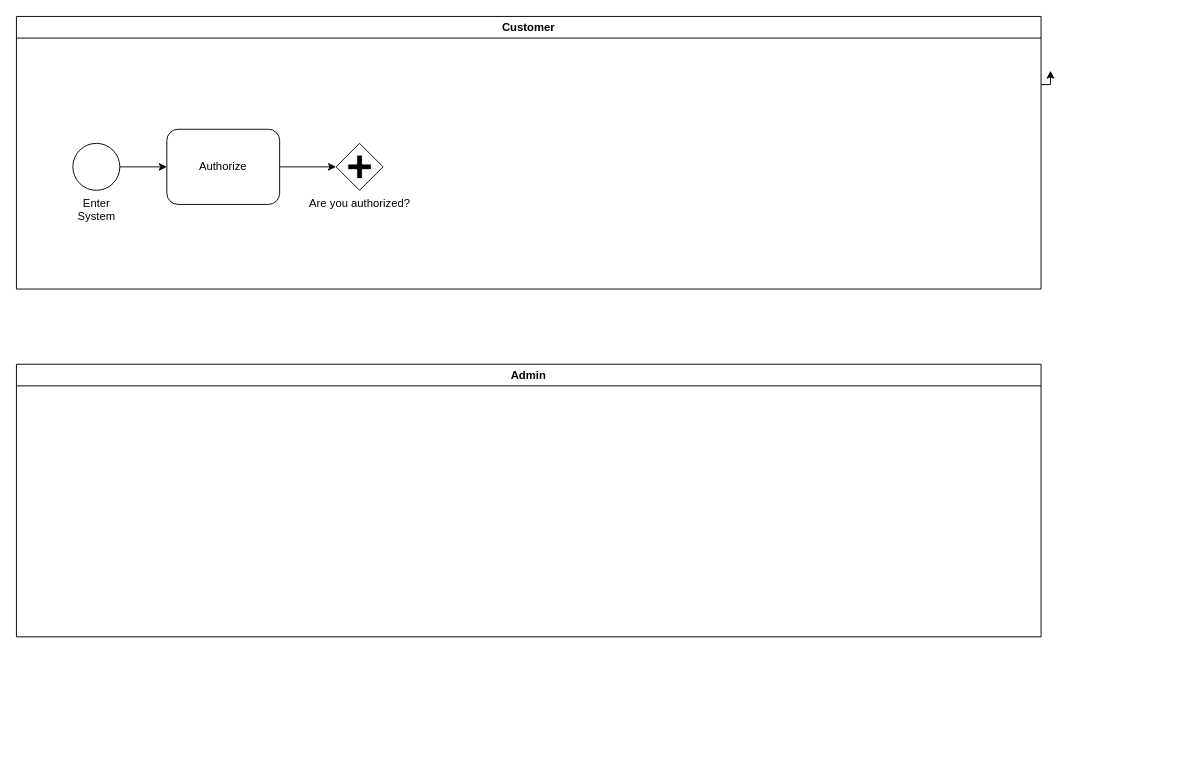
Above: bpmn.drawio in sultanbek149/FirstProject (draw.io), before the change. Source tidied: cells renumbered, new cells numbered last; positions are measured from the earlier drawing's top-left corner, leaving out a move shared by most shapes. Both pictures are drawn from the tidied source at 94%, with x=0, y=0 at pixel (16, 16).
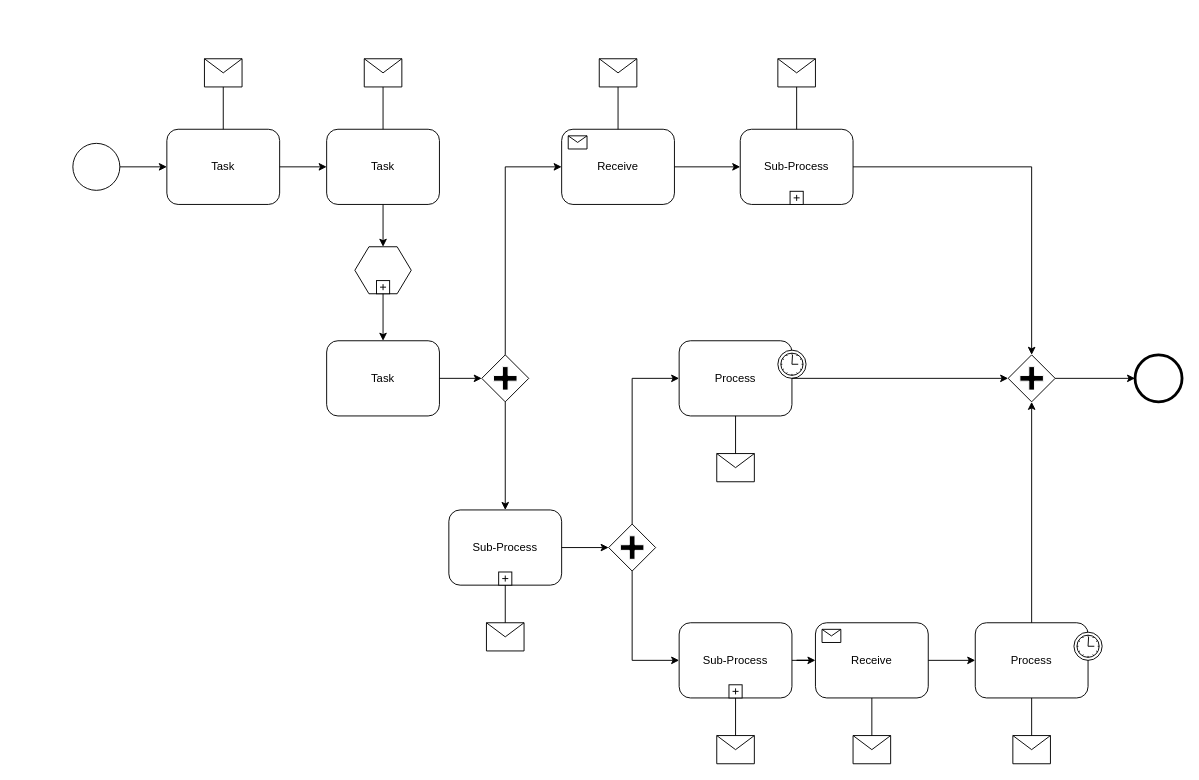
After the change.

Change to the diagram source:
```diff
@@
-    <mxCell id="2" value="Enter &lt;br&gt;System" style="shape=mxgraph.bpmn.shape;html=1;verticalLabelPosition=bottom;labelBackgroundColor=#ffffff;verticalAlign=top;perimeter=ellipsePerimeter;outline=standard;symbol=general;" parent="1" vertex="1">
+    <mxCell id="2" style="shape=mxgraph.bpmn.shape;html=1;verticalLabelPosition=bottom;labelBackgroundColor=#ffffff;verticalAlign=top;perimeter=ellipsePerimeter;outline=standard;symbol=general;" parent="1" vertex="1">
       <mxGeometry x="60" y="135" width="50" height="50" as="geometry" />
     </mxCell>
-    <mxCell id="3" style="edgeStyle=orthogonalEdgeStyle;rounded=0;jettySize=auto;html=1;entryX=0;entryY=0.5;entryDx=0;entryDy=0;" parent="1" edge="1" source="4" target="8">
-      <mxGeometry relative="1" as="geometry" />
-    </mxCell>
-    <mxCell id="4" value="Authorize" style="shape=ext;rounded=1;html=1;whiteSpace=wrap;" parent="1" vertex="1">
+    <mxCell id="4" value="Task" style="shape=ext;rounded=1;html=1;whiteSpace=wrap;" parent="1" vertex="1">
       <mxGeometry x="160" y="120" width="120" height="80" as="geometry" />
     </mxCell>
+    <mxCell id="10" value="Task" style="shape=ext;rounded=1;html=1;whiteSpace=wrap;" parent="1" vertex="1">
+      <mxGeometry x="330" y="120" width="120" height="80" as="geometry" />
+    </mxCell>
+    <mxCell id="11" style="shape=message;whiteSpace=wrap;html=1;" parent="1" vertex="1">
+      <mxGeometry x="200" y="45" width="40" height="30" as="geometry" />
+    </mxCell>
+    <mxCell id="12" style="shape=message;whiteSpace=wrap;html=1;" parent="1" vertex="1">
+      <mxGeometry x="370" y="45" width="40" height="30" as="geometry" />
+    </mxCell>
+    <mxCell id="13" style="shape=hexagon;whiteSpace=wrap;html=1;perimeter=hexagonPerimeter;" parent="1" vertex="1">
+      <mxGeometry x="360" y="245" width="60" height="50" as="geometry" />
+    </mxCell>
+    <mxCell id="14" style="html=1;shape=plus;" parent="13" vertex="1">
+      <mxGeometry x="0.5" y="1" width="14" height="14" relative="1" as="geometry">
+        <mxPoint x="-7" y="-14" as="offset" />
+      </mxGeometry>
+    </mxCell>
+    <mxCell id="15" value="Task" style="shape=ext;rounded=1;html=1;whiteSpace=wrap;" parent="1" vertex="1">
+      <mxGeometry x="330" y="345" width="120" height="80" as="geometry" />
+    </mxCell>
+    <mxCell id="16" style="shape=mxgraph.bpmn.shape;html=1;verticalLabelPosition=bottom;labelBackgroundColor=#ffffff;verticalAlign=top;perimeter=rhombusPerimeter;background=gateway;outline=none;symbol=parallelGw;" parent="1" vertex="1">
+      <mxGeometry x="495" y="360" width="50" height="50" as="geometry" />
+    </mxCell>
+    <mxCell id="17" value="Sub-Process" style="html=1;whiteSpace=wrap;rounded=1;" parent="1" vertex="1">
+      <mxGeometry x="770" y="120" width="120" height="80" as="geometry" />
+    </mxCell>
+    <mxCell id="18" style="html=1;shape=plus;" parent="17" vertex="1">
+      <mxGeometry x="0.5" y="1" width="14" height="14" relative="1" as="geometry">
+        <mxPoint x="-7" y="-14" as="offset" />
+      </mxGeometry>
+    </mxCell>
+    <mxCell id="19" value="Receive" style="html=1;whiteSpace=wrap;rounded=1;" parent="1" vertex="1">
+      <mxGeometry x="580" y="120" width="120" height="80" as="geometry" />
+    </mxCell>
+    <mxCell id="20" style="html=1;shape=message;" parent="19" vertex="1">
+      <mxGeometry width="20" height="14" relative="1" as="geometry">
+        <mxPoint x="7" y="7" as="offset" />
+      </mxGeometry>
+    </mxCell>
+    <mxCell id="21" value="Process" style="html=1;whiteSpace=wrap;rounded=1;" parent="1" vertex="1">
+      <mxGeometry x="705" y="345" width="120" height="80" as="geometry" />
+    </mxCell>
+    <mxCell id="22" style="shape=mxgraph.bpmn.timer_start;perimeter=ellipsePerimeter;html=1;labelPosition=right;labelBackgroundColor=#ffffff;align=left;" parent="21" vertex="1">
+      <mxGeometry x="1" width="30" height="30" relative="1" as="geometry">
+        <mxPoint x="-15" y="10" as="offset" />
+      </mxGeometry>
+    </mxCell>
+    <mxCell id="23" value="Process" style="html=1;whiteSpace=wrap;rounded=1;" parent="1" vertex="1">
+      <mxGeometry x="1020" y="645" width="120" height="80" as="geometry" />
+    </mxCell>
+    <mxCell id="24" style="shape=mxgraph.bpmn.timer_start;perimeter=ellipsePerimeter;html=1;labelPosition=right;labelBackgroundColor=#ffffff;align=left;" parent="23" vertex="1">
+      <mxGeometry x="1" width="30" height="30" relative="1" as="geometry">
+        <mxPoint x="-15" y="10" as="offset" />
+      </mxGeometry>
+    </mxCell>
+    <mxCell id="25" value="Receive" style="html=1;whiteSpace=wrap;rounded=1;" parent="1" vertex="1">
+      <mxGeometry x="850" y="645" width="120" height="80" as="geometry" />
+    </mxCell>
+    <mxCell id="26" style="html=1;shape=message;" parent="25" vertex="1">
+      <mxGeometry width="20" height="14" relative="1" as="geometry">
+        <mxPoint x="7" y="7" as="offset" />
+      </mxGeometry>
+    </mxCell>
+    <mxCell id="27" value="Sub-Process" style="html=1;whiteSpace=wrap;rounded=1;" parent="1" vertex="1">
+      <mxGeometry x="705" y="645" width="120" height="80" as="geometry" />
+    </mxCell>
+    <mxCell id="28" style="html=1;shape=plus;" parent="27" vertex="1">
+      <mxGeometry x="0.5" y="1" width="14" height="14" relative="1" as="geometry">
+        <mxPoint x="-7" y="-14" as="offset" />
+      </mxGeometry>
+    </mxCell>
+    <mxCell id="29" style="shape=mxgraph.bpmn.shape;html=1;verticalLabelPosition=bottom;labelBackgroundColor=#ffffff;verticalAlign=top;perimeter=rhombusPerimeter;background=gateway;outline=none;symbol=parallelGw;" parent="1" vertex="1">
+      <mxGeometry x="1055" y="360" width="50" height="50" as="geometry" />
+    </mxCell>
+    <mxCell id="30" style="shape=mxgraph.bpmn.shape;html=1;verticalLabelPosition=bottom;labelBackgroundColor=#ffffff;verticalAlign=top;perimeter=ellipsePerimeter;outline=end;symbol=general;" parent="1" vertex="1">
+      <mxGeometry x="1190" y="360" width="50" height="50" as="geometry" />
+    </mxCell>
+    <mxCell id="31" style="shape=message;whiteSpace=wrap;html=1;" parent="1" vertex="1">
+      <mxGeometry x="620" y="45" width="40" height="30" as="geometry" />
+    </mxCell>
+    <mxCell id="32" style="shape=message;whiteSpace=wrap;html=1;" parent="1" vertex="1">
+      <mxGeometry x="810" y="45" width="40" height="30" as="geometry" />
+    </mxCell>
+    <mxCell id="33" value="Sub-Process" style="html=1;whiteSpace=wrap;rounded=1;" parent="1" vertex="1">
+      <mxGeometry x="460" y="525" width="120" height="80" as="geometry" />
+    </mxCell>
+    <mxCell id="34" style="html=1;shape=plus;" parent="33" vertex="1">
+      <mxGeometry x="0.5" y="1" width="14" height="14" relative="1" as="geometry">
+        <mxPoint x="-7" y="-14" as="offset" />
+      </mxGeometry>
+    </mxCell>
+    <mxCell id="35" style="shape=message;whiteSpace=wrap;html=1;" parent="1" vertex="1">
+      <mxGeometry x="500" y="645" width="40" height="30" as="geometry" />
+    </mxCell>
+    <mxCell id="36" style="shape=message;whiteSpace=wrap;html=1;" parent="1" vertex="1">
+      <mxGeometry x="890" y="765" width="40" height="30" as="geometry" />
+    </mxCell>
+    <mxCell id="37" style="shape=message;whiteSpace=wrap;html=1;" parent="1" vertex="1">
+      <mxGeometry x="1060" y="765" width="40" height="30" as="geometry" />
+    </mxCell>
+    <mxCell id="38" style="shape=message;whiteSpace=wrap;html=1;" parent="1" vertex="1">
+      <mxGeometry x="745" y="765" width="40" height="30" as="geometry" />
+    </mxCell>
+    <mxCell id="39" style="shape=message;whiteSpace=wrap;html=1;" parent="1" vertex="1">
+      <mxGeometry x="745" y="465" width="40" height="30" as="geometry" />
+    </mxCell>
@@
-    <mxCell id="6" style="edgeStyle=orthogonalEdgeStyle;rounded=0;jettySize=auto;html=1;exitX=1;exitY=0.25;exitDx=0;exitDy=0;" parent="1" edge="1" source="7">
-      <mxGeometry relative="1" as="geometry">
-        <mxPoint x="1100" y="57.7" as="targetPoint" />
-      </mxGeometry>
-    </mxCell>
-    <mxCell id="7" value="Customer" style="swimlane;whiteSpace=wrap;html=1;direction=east;flipH=0;flipV=0;startSize=23;" parent="1" vertex="1" collapsed="1">
-      <mxGeometry width="1090" height="290" as="geometry" />
-    </mxCell>
-    <mxCell id="8" value="Are you authorized?" style="shape=mxgraph.bpmn.shape;html=1;verticalLabelPosition=bottom;labelBackgroundColor=#ffffff;verticalAlign=top;perimeter=rhombusPerimeter;background=gateway;outline=none;symbol=parallelGw;" parent="1" vertex="1">
-      <mxGeometry x="340" y="135" width="50" height="50" as="geometry" />
-    </mxCell>
-    <mxCell id="9" value="Admin" style="swimlane;whiteSpace=wrap;html=1;direction=east;flipH=0;flipV=0;startSize=23;" parent="1" vertex="1" collapsed="1">
-      <mxGeometry y="370" width="1090" height="290" as="geometry" />
-    </mxCell>
+    <mxCell id="40" style="edgeStyle=orthogonalEdgeStyle;rounded=0;html=1;jettySize=auto;endArrow=none;endFill=0;" parent="1" edge="1" source="11" target="4">
+      <mxGeometry relative="1" as="geometry" />
+    </mxCell>
+    <mxCell id="41" style="edgeStyle=orthogonalEdgeStyle;rounded=0;html=1;jettySize=auto;endArrow=none;endFill=0;" parent="1" edge="1" source="12" target="10">
+      <mxGeometry relative="1" as="geometry" />
+    </mxCell>
+    <mxCell id="42" style="edgeStyle=orthogonalEdgeStyle;rounded=0;html=1;jettySize=auto;" parent="1" edge="1" source="4" target="10">
+      <mxGeometry relative="1" as="geometry" />
+    </mxCell>
+    <mxCell id="43" style="edgeStyle=orthogonalEdgeStyle;rounded=0;html=1;jettySize=auto;" parent="1" edge="1" source="19" target="17">
+      <mxGeometry relative="1" as="geometry" />
+    </mxCell>
+    <mxCell id="44" style="edgeStyle=orthogonalEdgeStyle;rounded=0;html=1;jettySize=auto;endArrow=none;endFill=0;" parent="1" edge="1" source="31" target="19">
+      <mxGeometry relative="1" as="geometry" />
+    </mxCell>
+    <mxCell id="45" style="edgeStyle=orthogonalEdgeStyle;rounded=0;html=1;jettySize=auto;endArrow=none;endFill=0;" parent="1" edge="1" source="32" target="17">
+      <mxGeometry relative="1" as="geometry" />
+    </mxCell>
+    <mxCell id="46" style="edgeStyle=orthogonalEdgeStyle;rounded=0;html=1;jettySize=auto;" parent="1" edge="1" source="17" target="29">
+      <mxGeometry relative="1" as="geometry">
+        <Array as="points">
+          <mxPoint x="1080" y="160" />
+        </Array>
+      </mxGeometry>
+    </mxCell>
+    <mxCell id="47" style="edgeStyle=orthogonalEdgeStyle;rounded=0;html=1;jettySize=auto;" parent="1" edge="1" source="21" target="29">
+      <mxGeometry relative="1" as="geometry" />
+    </mxCell>
+    <mxCell id="48" style="edgeStyle=orthogonalEdgeStyle;rounded=0;html=1;jettySize=auto;" parent="1" edge="1" source="23" target="29">
+      <mxGeometry relative="1" as="geometry" />
+    </mxCell>
+    <mxCell id="49" style="edgeStyle=orthogonalEdgeStyle;rounded=0;html=1;jettySize=auto;" parent="1" edge="1" source="29" target="30">
+      <mxGeometry relative="1" as="geometry" />
+    </mxCell>
+    <mxCell id="50" style="edgeStyle=orthogonalEdgeStyle;rounded=0;html=1;jettySize=auto;" parent="1" edge="1" source="10" target="13">
+      <mxGeometry relative="1" as="geometry" />
+    </mxCell>
+    <mxCell id="51" style="edgeStyle=orthogonalEdgeStyle;rounded=0;html=1;jettySize=auto;" parent="1" edge="1" source="13" target="15">
+      <mxGeometry relative="1" as="geometry" />
+    </mxCell>
+    <mxCell id="52" style="edgeStyle=orthogonalEdgeStyle;rounded=0;html=1;jettySize=auto;" parent="1" edge="1" source="15" target="16">
+      <mxGeometry relative="1" as="geometry" />
+    </mxCell>
+    <mxCell id="53" style="edgeStyle=orthogonalEdgeStyle;rounded=0;html=1;jettySize=auto;" parent="1" edge="1" source="16" target="19">
+      <mxGeometry relative="1" as="geometry">
+        <Array as="points">
+          <mxPoint x="520" y="160" />
+        </Array>
+      </mxGeometry>
+    </mxCell>
+    <mxCell id="54" style="edgeStyle=orthogonalEdgeStyle;rounded=0;html=1;jettySize=auto;" parent="1" edge="1" source="16" target="33">
+      <mxGeometry relative="1" as="geometry" />
+    </mxCell>
+    <mxCell id="55" style="edgeStyle=orthogonalEdgeStyle;rounded=0;html=1;jettySize=auto;endArrow=none;endFill=0;" parent="1" edge="1" source="35" target="33">
+      <mxGeometry relative="1" as="geometry" />
+    </mxCell>
+    <mxCell id="56" style="shape=mxgraph.bpmn.shape;html=1;verticalLabelPosition=bottom;labelBackgroundColor=#ffffff;verticalAlign=top;perimeter=rhombusPerimeter;background=gateway;outline=none;symbol=parallelGw;" parent="1" vertex="1">
+      <mxGeometry x="630" y="540" width="50" height="50" as="geometry" />
+    </mxCell>
+    <mxCell id="57" style="edgeStyle=orthogonalEdgeStyle;rounded=0;html=1;jettySize=auto;" parent="1" edge="1" source="56" target="27">
+      <mxGeometry relative="1" as="geometry">
+        <Array as="points">
+          <mxPoint x="655" y="685" />
+        </Array>
+      </mxGeometry>
+    </mxCell>
+    <mxCell id="58" style="edgeStyle=orthogonalEdgeStyle;rounded=0;html=1;jettySize=auto;" parent="1" edge="1" source="56" target="21">
+      <mxGeometry relative="1" as="geometry">
+        <Array as="points">
+          <mxPoint x="655" y="385" />
+        </Array>
+      </mxGeometry>
+    </mxCell>
+    <mxCell id="59" style="edgeStyle=orthogonalEdgeStyle;rounded=0;html=1;jettySize=auto;endArrow=none;endFill=0;" parent="1" edge="1" source="39" target="21">
+      <mxGeometry relative="1" as="geometry" />
+    </mxCell>
+    <mxCell id="60" style="edgeStyle=orthogonalEdgeStyle;rounded=0;html=1;jettySize=auto;" parent="1" edge="1" source="33" target="56">
+      <mxGeometry relative="1" as="geometry" />
+    </mxCell>
+    <mxCell id="61" style="edgeStyle=orthogonalEdgeStyle;rounded=0;html=1;jettySize=auto;" parent="1" edge="1" source="27" target="25">
+      <mxGeometry relative="1" as="geometry" />
+    </mxCell>
+    <mxCell id="62" style="edgeStyle=orthogonalEdgeStyle;rounded=0;html=1;jettySize=auto;endArrow=none;endFill=0;" parent="1" edge="1" source="38" target="27">
+      <mxGeometry relative="1" as="geometry" />
+    </mxCell>
+    <mxCell id="63" style="edgeStyle=orthogonalEdgeStyle;rounded=0;html=1;jettySize=auto;endArrow=none;endFill=0;" parent="1" edge="1" source="36" target="25">
+      <mxGeometry relative="1" as="geometry" />
+    </mxCell>
+    <mxCell id="64" style="edgeStyle=orthogonalEdgeStyle;rounded=0;html=1;jettySize=auto;endArrow=none;endFill=0;" parent="1" edge="1" source="37" target="23">
+      <mxGeometry relative="1" as="geometry" />
+    </mxCell>
+    <mxCell id="65" style="edgeStyle=orthogonalEdgeStyle;rounded=0;html=1;jettySize=auto;" parent="1" edge="1" source="25" target="23">
+      <mxGeometry relative="1" as="geometry" />
+    </mxCell>
```
